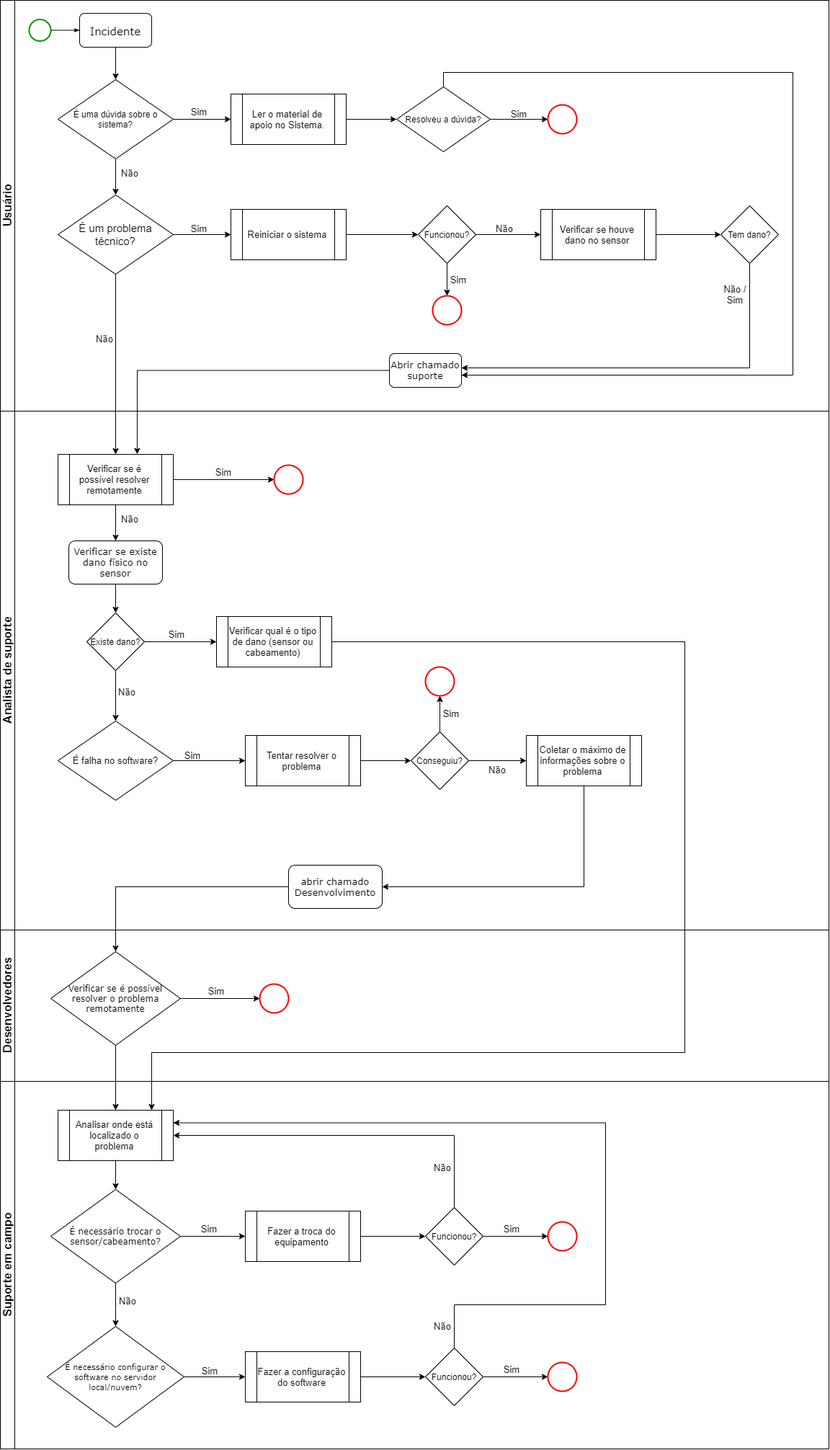
Earlier version of the draw.io export documents/docx/Fluxograma de suporte.png (BandTec/grupo10-1adsb-2020-2). Source tidied: cells renumbered, new cells last; positions are measured from the earlier drawing's top-left corner, leaving out a move shared by most shapes.
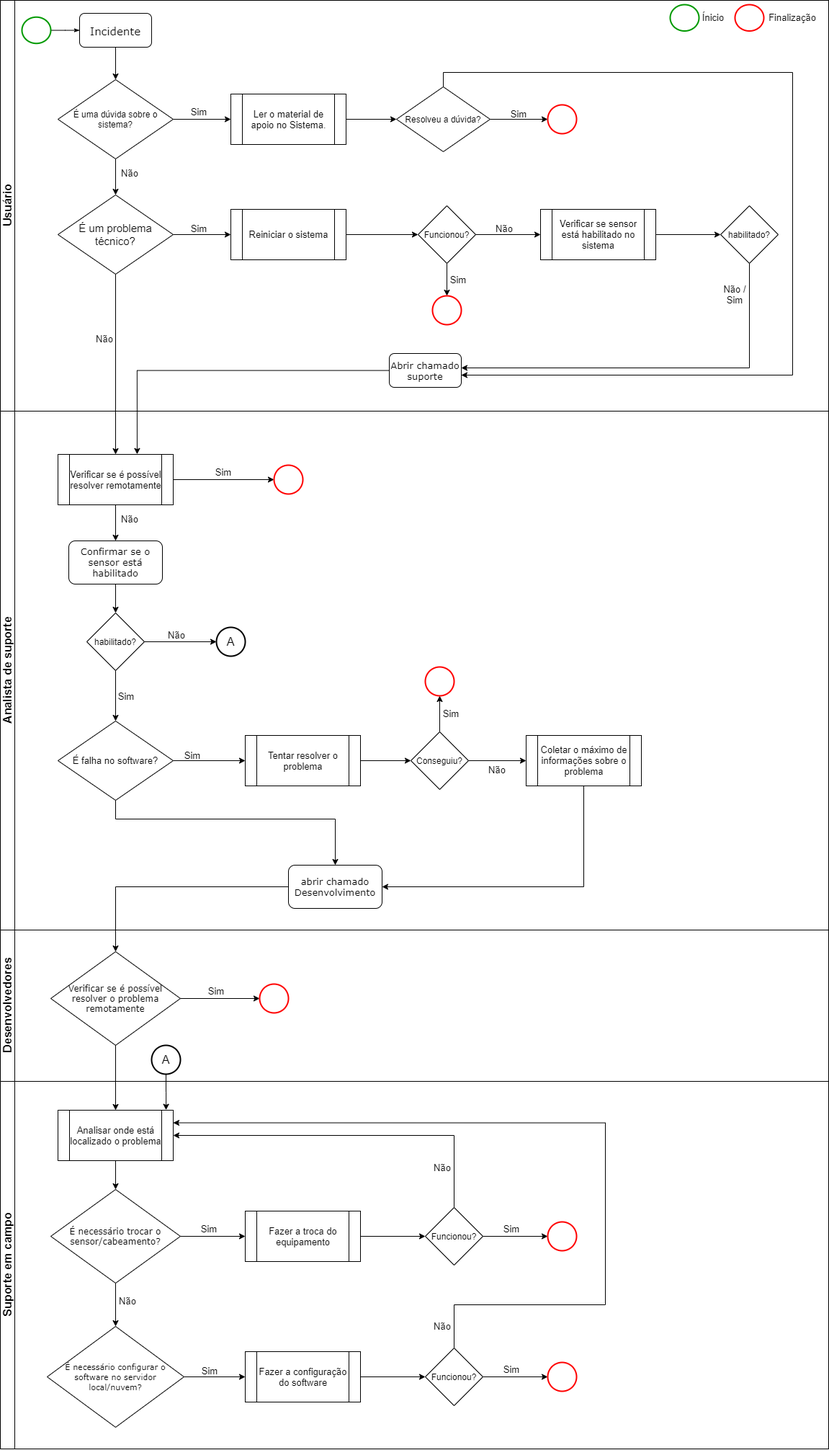
The same diagram one commit later.

Commit message:
atualização do fluxograma

The edit, as a diff of the source:
```diff
@@ -5,6 +5,12 @@
     <mxCell id="2" style="swimlane;html=1;horizontal=1;startSize=0;rounded=0;shadow=0;labelBackgroundColor=none;strokeWidth=1;fontFamily=Verdana;fontSize=8;align=center;" parent="1" vertex="1">
       <mxGeometry width="1150" height="2010" as="geometry" />
     </mxCell>
+    <mxCell id="38" style="edgeStyle=orthogonalEdgeStyle;rounded=0;jettySize=auto;html=1;" parent="2" edge="1" source="14" target="43">
+      <mxGeometry relative="1" as="geometry" />
+    </mxCell>
+    <mxCell id="39" style="edgeStyle=orthogonalEdgeStyle;rounded=0;jettySize=auto;html=1;entryX=0.687;entryY=-0.003;entryDx=0;entryDy=0;entryPerimeter=0;" parent="2" edge="1" source="35" target="43">
+      <mxGeometry relative="1" as="geometry" />
+    </mxCell>
     <mxCell id="3" value="&lt;font style=&quot;font-size: 16px&quot;&gt;Usuário&lt;/font&gt;" style="swimlane;html=1;startSize=20;horizontal=0;" parent="2" vertex="1">
       <mxGeometry width="1150" height="570" as="geometry" />
     </mxCell>
@@ -12,7 +18,7 @@
       <mxGeometry relative="1" as="geometry" />
     </mxCell>
     <mxCell id="5" style="ellipse;whiteSpace=wrap;html=1;rounded=0;shadow=0;labelBackgroundColor=none;strokeWidth=2;fontFamily=Verdana;fontSize=8;align=center;strokeColor=#009900;" parent="3" vertex="1">
-      <mxGeometry x="40" y="26.5" width="30" height="30" as="geometry" />
+      <mxGeometry x="30" y="23.2" width="40" height="36.5" as="geometry" />
     </mxCell>
     <mxCell id="6" style="edgeStyle=orthogonalEdgeStyle;rounded=0;jettySize=auto;html=1;entryX=0.5;entryY=0;entryDx=0;entryDy=0;" parent="3" edge="1" source="7" target="10">
       <mxGeometry relative="1" as="geometry" />
@@ -91,7 +97,7 @@
     <mxCell id="28" style="edgeStyle=orthogonalEdgeStyle;rounded=0;jettySize=auto;html=1;" parent="3" edge="1" source="29" target="34">
       <mxGeometry relative="1" as="geometry" />
     </mxCell>
-    <mxCell id="29" value="&lt;font style=&quot;font-size: 13px&quot;&gt;Verificar se houve dano no sensor&lt;/font&gt;" style="shape=process;whiteSpace=wrap;html=1;backgroundOutline=1;strokeColor=#000000;strokeWidth=1;" parent="3" vertex="1">
+    <mxCell id="29" value="&lt;font style=&quot;font-size: 13px&quot;&gt;Verificar se sensor está habilitado no sistema&lt;/font&gt;" style="shape=process;whiteSpace=wrap;html=1;backgroundOutline=1;strokeColor=#000000;strokeWidth=1;" parent="3" vertex="1">
       <mxGeometry x="750" y="290" width="160" height="70" as="geometry" />
     </mxCell>
     <mxCell id="30" value="&lt;font style=&quot;font-size: 13px&quot;&gt;Sim&lt;/font&gt;" style="text;html=1;strokeColor=none;fillColor=none;align=center;verticalAlign=middle;whiteSpace=wrap;rounded=0;" parent="3" vertex="1">
@@ -111,7 +117,7 @@
         </Array>
       </mxGeometry>
     </mxCell>
-    <mxCell id="34" value="Tem dano?" style="rhombus;whiteSpace=wrap;html=1;strokeWidth=1;" parent="3" vertex="1">
+    <mxCell id="34" value="habilitado?" style="rhombus;whiteSpace=wrap;html=1;strokeWidth=1;" parent="3" vertex="1">
       <mxGeometry x="1000" y="285" width="80" height="80" as="geometry" />
     </mxCell>
     <mxCell id="35" value="&lt;font style=&quot;font-size: 13px&quot;&gt;Abrir chamado suporte&lt;/font&gt;" style="rounded=1;whiteSpace=wrap;html=1;shadow=0;labelBackgroundColor=none;strokeWidth=1;fontFamily=Verdana;fontSize=8;align=center;" parent="3" vertex="1">
@@ -123,12 +129,18 @@
     <mxCell id="37" value="&lt;font style=&quot;font-size: 13px&quot;&gt;Não&lt;/font&gt;" style="text;html=1;strokeColor=none;fillColor=none;align=center;verticalAlign=middle;whiteSpace=wrap;rounded=0;" parent="3" vertex="1">
       <mxGeometry x="125" y="460" width="40" height="20" as="geometry" />
     </mxCell>
-    <mxCell id="38" style="edgeStyle=orthogonalEdgeStyle;rounded=0;jettySize=auto;html=1;" parent="2" edge="1" source="14" target="43">
-      <mxGeometry relative="1" as="geometry" />
-    </mxCell>
-    <mxCell id="39" style="edgeStyle=orthogonalEdgeStyle;rounded=0;jettySize=auto;html=1;entryX=0.687;entryY=-0.003;entryDx=0;entryDy=0;entryPerimeter=0;" parent="2" edge="1" source="35" target="43">
-      <mxGeometry relative="1" as="geometry" />
-    </mxCell>
+    <mxCell id="104" style="ellipse;whiteSpace=wrap;html=1;rounded=0;shadow=0;labelBackgroundColor=none;strokeWidth=2;fontFamily=Verdana;fontSize=8;align=center;strokeColor=#009900;" parent="3" vertex="1">
+      <mxGeometry x="930" y="6" width="40" height="36.5" as="geometry" />
+    </mxCell>
+    <mxCell id="105" style="ellipse;whiteSpace=wrap;html=1;rounded=0;shadow=0;labelBackgroundColor=none;strokeWidth=2;fontFamily=Verdana;fontSize=8;align=center;strokeColor=#FF0000;" parent="3" vertex="1">
+      <mxGeometry x="1020" y="6" width="40" height="36.5" as="geometry" />
+    </mxCell>
+    <mxCell id="106" value="&lt;font style=&quot;font-size: 13px&quot;&gt;Ínicio&lt;/font&gt;" style="text;html=1;strokeColor=none;fillColor=none;align=center;verticalAlign=middle;whiteSpace=wrap;rounded=0;" parent="3" vertex="1">
+      <mxGeometry x="970" y="14.2" width="40" height="20" as="geometry" />
+    </mxCell>
+    <mxCell id="107" value="&lt;font style=&quot;font-size: 13px&quot;&gt;Finalização&lt;/font&gt;" style="text;html=1;strokeColor=none;fillColor=none;align=center;verticalAlign=middle;whiteSpace=wrap;rounded=0;" parent="3" vertex="1">
+      <mxGeometry x="1080" y="14.2" width="40" height="20" as="geometry" />
+    </mxCell>
     <mxCell id="40" value="&lt;font style=&quot;font-size: 16px&quot;&gt;Analista de suporte&lt;/font&gt;" style="swimlane;html=1;startSize=20;horizontal=0;" parent="2" vertex="1">
       <mxGeometry y="570" width="1150" height="720" as="geometry" />
     </mxCell>
@@ -153,29 +165,20 @@
     <mxCell id="47" style="edgeStyle=orthogonalEdgeStyle;rounded=0;jettySize=auto;html=1;entryX=0.5;entryY=0;entryDx=0;entryDy=0;" parent="40" edge="1" source="48" target="51">
       <mxGeometry relative="1" as="geometry" />
     </mxCell>
-    <mxCell id="48" value="&lt;font style=&quot;font-size: 13px&quot;&gt;Verificar se existe dano físico no sensor&lt;/font&gt;" style="rounded=1;whiteSpace=wrap;html=1;shadow=0;labelBackgroundColor=none;strokeWidth=1;fontFamily=Verdana;fontSize=8;align=center;" parent="40" vertex="1">
+    <mxCell id="48" value="&lt;font style=&quot;font-size: 13px&quot;&gt;Confirmar se o sensor está habilitado&lt;/font&gt;" style="rounded=1;whiteSpace=wrap;html=1;shadow=0;labelBackgroundColor=none;strokeWidth=1;fontFamily=Verdana;fontSize=8;align=center;" parent="40" vertex="1">
       <mxGeometry x="95" y="180" width="130" height="60" as="geometry" />
     </mxCell>
-    <mxCell id="49" style="edgeStyle=orthogonalEdgeStyle;rounded=0;jettySize=auto;html=1;" parent="40" edge="1" source="51" target="52">
-      <mxGeometry relative="1" as="geometry" />
-    </mxCell>
     <mxCell id="50" style="edgeStyle=orthogonalEdgeStyle;rounded=0;jettySize=auto;html=1;" parent="40" edge="1" source="51">
       <mxGeometry relative="1" as="geometry">
         <mxPoint x="160" y="430" as="targetPoint" />
       </mxGeometry>
     </mxCell>
-    <mxCell id="51" value="Existe dano?" style="rhombus;whiteSpace=wrap;html=1;strokeWidth=1;" parent="40" vertex="1">
+    <mxCell id="51" value="habilitado?" style="rhombus;whiteSpace=wrap;html=1;strokeWidth=1;" parent="40" vertex="1">
       <mxGeometry x="120" y="280" width="80" height="80" as="geometry" />
     </mxCell>
-    <mxCell id="52" value="&lt;font style=&quot;font-size: 13px&quot;&gt;Verificar qual é o tipo de dano (sensor ou cabeamento)&lt;/font&gt;" style="shape=process;whiteSpace=wrap;html=1;backgroundOutline=1;strokeColor=#000000;strokeWidth=1;" parent="40" vertex="1">
-      <mxGeometry x="300" y="285" width="160" height="70" as="geometry" />
-    </mxCell>
     <mxCell id="53" value="&lt;font style=&quot;font-size: 13px&quot;&gt;Sim&lt;/font&gt;" style="text;html=1;strokeColor=none;fillColor=none;align=center;verticalAlign=middle;whiteSpace=wrap;rounded=0;" parent="40" vertex="1">
-      <mxGeometry x="225" y="300" width="40" height="20" as="geometry" />
+      <mxGeometry x="155" y="386" width="40" height="20" as="geometry" />
     </mxCell>
-    <mxCell id="54" value="&lt;font style=&quot;font-size: 13px&quot;&gt;Não&lt;/font&gt;" style="text;html=1;strokeColor=none;fillColor=none;align=center;verticalAlign=middle;whiteSpace=wrap;rounded=0;" parent="40" vertex="1">
-      <mxGeometry x="156" y="380" width="40" height="20" as="geometry" />
-    </mxCell>
     <mxCell id="55" style="edgeStyle=orthogonalEdgeStyle;rounded=0;jettySize=auto;html=1;" parent="40" edge="1" source="56" target="62">
       <mxGeometry relative="1" as="geometry" />
     </mxCell>
@@ -185,6 +188,14 @@
     <mxCell id="57" style="edgeStyle=orthogonalEdgeStyle;rounded=0;jettySize=auto;html=1;entryX=0;entryY=0.5;entryDx=0;entryDy=0;" parent="40" edge="1" source="58" target="56">
       <mxGeometry relative="1" as="geometry" />
     </mxCell>
+    <mxCell id="108" style="edgeStyle=orthogonalEdgeStyle;rounded=0;jettySize=auto;html=1;" parent="40" edge="1" source="58" target="65">
+      <mxGeometry relative="1" as="geometry">
+        <Array as="points">
+          <mxPoint x="160" y="566" />
+          <mxPoint x="465" y="566" />
+        </Array>
+      </mxGeometry>
+    </mxCell>
     <mxCell id="58" value="&lt;span style=&quot;font-size: 13px&quot;&gt;É falha no software?&lt;/span&gt;" style="rhombus;whiteSpace=wrap;html=1;strokeWidth=1;" parent="40" vertex="1">
       <mxGeometry x="80" y="430" width="160" height="110" as="geometry" />
     </mxCell>
@@ -222,6 +233,20 @@
     <mxCell id="68" value="&lt;span style=&quot;font-size: 13px&quot;&gt;Coletar o máximo de informações sobre o problema&lt;/span&gt;" style="shape=process;whiteSpace=wrap;html=1;backgroundOutline=1;strokeColor=#000000;strokeWidth=1;" parent="40" vertex="1">
       <mxGeometry x="730" y="450" width="160" height="70" as="geometry" />
     </mxCell>
+    <mxCell id="109" style="edgeStyle=orthogonalEdgeStyle;rounded=0;jettySize=auto;html=1;entryX=0;entryY=0.5;entryDx=0;entryDy=0;" parent="40" edge="1" source="51">
+      <mxGeometry relative="1" as="geometry">
+        <mxPoint x="300" y="320" as="targetPoint" />
+      </mxGeometry>
+    </mxCell>
+    <mxCell id="54" value="&lt;font style=&quot;font-size: 13px&quot;&gt;Não&lt;/font&gt;" style="text;html=1;strokeColor=none;fillColor=none;align=center;verticalAlign=middle;whiteSpace=wrap;rounded=0;" parent="40" vertex="1">
+      <mxGeometry x="225" y="301" width="40" height="20" as="geometry" />
+    </mxCell>
+    <mxCell id="110" style="ellipse;whiteSpace=wrap;html=1;strokeWidth=2;" parent="40" vertex="1">
+      <mxGeometry x="300" y="300" width="40" height="40" as="geometry" />
+    </mxCell>
+    <mxCell id="111" value="&lt;font style=&quot;font-size: 16px&quot;&gt;A&lt;/font&gt;" style="text;html=1;strokeColor=none;fillColor=none;align=center;verticalAlign=middle;whiteSpace=wrap;rounded=0;" parent="40" vertex="1">
+      <mxGeometry x="300" y="310" width="40" height="20" as="geometry" />
+    </mxCell>
     <mxCell id="69" value="&lt;font style=&quot;font-size: 16px&quot;&gt;Desenvolvedores&lt;/font&gt;" style="swimlane;html=1;startSize=20;horizontal=0;" parent="2" vertex="1">
       <mxGeometry y="1290" width="1150" height="210" as="geometry" />
     </mxCell>
@@ -237,6 +262,12 @@
     <mxCell id="73" value="&lt;font style=&quot;font-size: 13px&quot;&gt;Sim&lt;/font&gt;" style="text;html=1;strokeColor=none;fillColor=none;align=center;verticalAlign=middle;whiteSpace=wrap;rounded=0;" parent="69" vertex="1">
       <mxGeometry x="280" y="75" width="40" height="20" as="geometry" />
     </mxCell>
+    <mxCell id="112" style="ellipse;whiteSpace=wrap;html=1;strokeWidth=2;" parent="69" vertex="1">
+      <mxGeometry x="210" y="160" width="40" height="40" as="geometry" />
+    </mxCell>
+    <mxCell id="113" value="&lt;font style=&quot;font-size: 16px&quot;&gt;A&lt;/font&gt;" style="text;html=1;strokeColor=none;fillColor=none;align=center;verticalAlign=middle;whiteSpace=wrap;rounded=0;" parent="69" vertex="1">
+      <mxGeometry x="210" y="170" width="40" height="20" as="geometry" />
+    </mxCell>
     <mxCell id="74" style="edgeStyle=orthogonalEdgeStyle;rounded=0;jettySize=auto;html=1;entryX=0.5;entryY=0;entryDx=0;entryDy=0;" parent="2" edge="1" source="65">
       <mxGeometry relative="1" as="geometry">
         <mxPoint x="160" y="1320" as="targetPoint" />
@@ -245,16 +276,6 @@
     <mxCell id="75" style="edgeStyle=orthogonalEdgeStyle;rounded=0;jettySize=auto;html=1;entryX=0.5;entryY=0;entryDx=0;entryDy=0;" parent="2" edge="1" source="71" target="79">
       <mxGeometry relative="1" as="geometry" />
     </mxCell>
-    <mxCell id="76" style="edgeStyle=orthogonalEdgeStyle;rounded=0;jettySize=auto;html=1;" parent="2" edge="1" source="52">
-      <mxGeometry relative="1" as="geometry">
-        <mxPoint x="210" y="1540" as="targetPoint" />
-        <Array as="points">
-          <mxPoint x="950" y="890" />
-          <mxPoint x="950" y="1460" />
-          <mxPoint x="210" y="1460" />
-        </Array>
-      </mxGeometry>
-    </mxCell>
     <mxCell id="77" value="&lt;font style=&quot;font-size: 16px&quot;&gt;Suporte em campo&lt;/font&gt;" style="swimlane;html=1;startSize=20;horizontal=0;" parent="2" vertex="1">
       <mxGeometry y="1500" width="1150" height="510" as="geometry" />
     </mxCell>
@@ -346,5 +367,8 @@
     <mxCell id="103" value="&lt;font style=&quot;font-size: 13px&quot;&gt;Não&lt;/font&gt;" style="text;html=1;strokeColor=none;fillColor=none;align=center;verticalAlign=middle;whiteSpace=wrap;rounded=0;" parent="77" vertex="1">
       <mxGeometry x="594" y="330" width="40" height="20" as="geometry" />
     </mxCell>
+    <mxCell id="114" style="edgeStyle=orthogonalEdgeStyle;rounded=0;jettySize=auto;html=1;entryX=0.938;entryY=-0.004;entryDx=0;entryDy=0;entryPerimeter=0;" parent="2" edge="1" source="112" target="79">
+      <mxGeometry relative="1" as="geometry" />
+    </mxCell>
   </root>
 </mxGraphModel>
```
